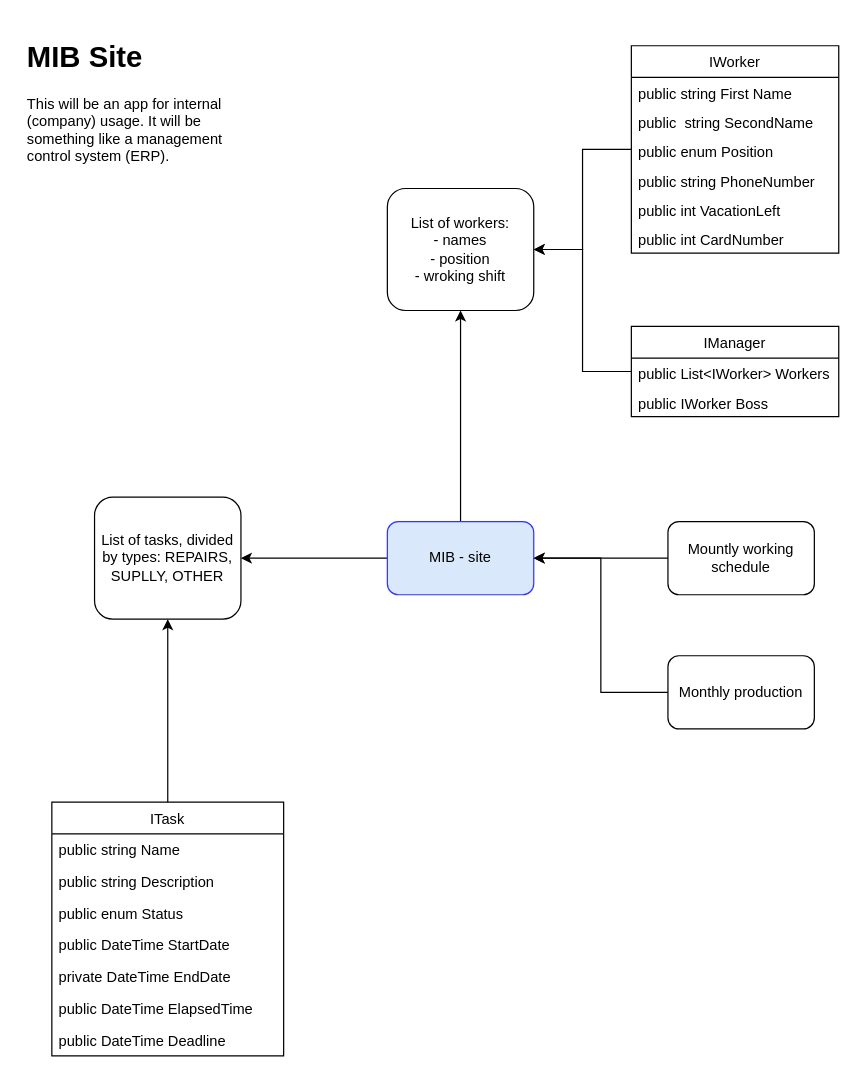
This is MIB-site-idea.drawio from todordiklich/MIB-Project, a draw.io file, before an edit. Source tidied: cells renumbered, new cells numbered last; positions are measured from the earlier drawing's top-left corner, leaving out a move shared by most shapes. Both pictures are drawn from the tidied source at 122%, with x=0, y=0 at pixel (21, 33).
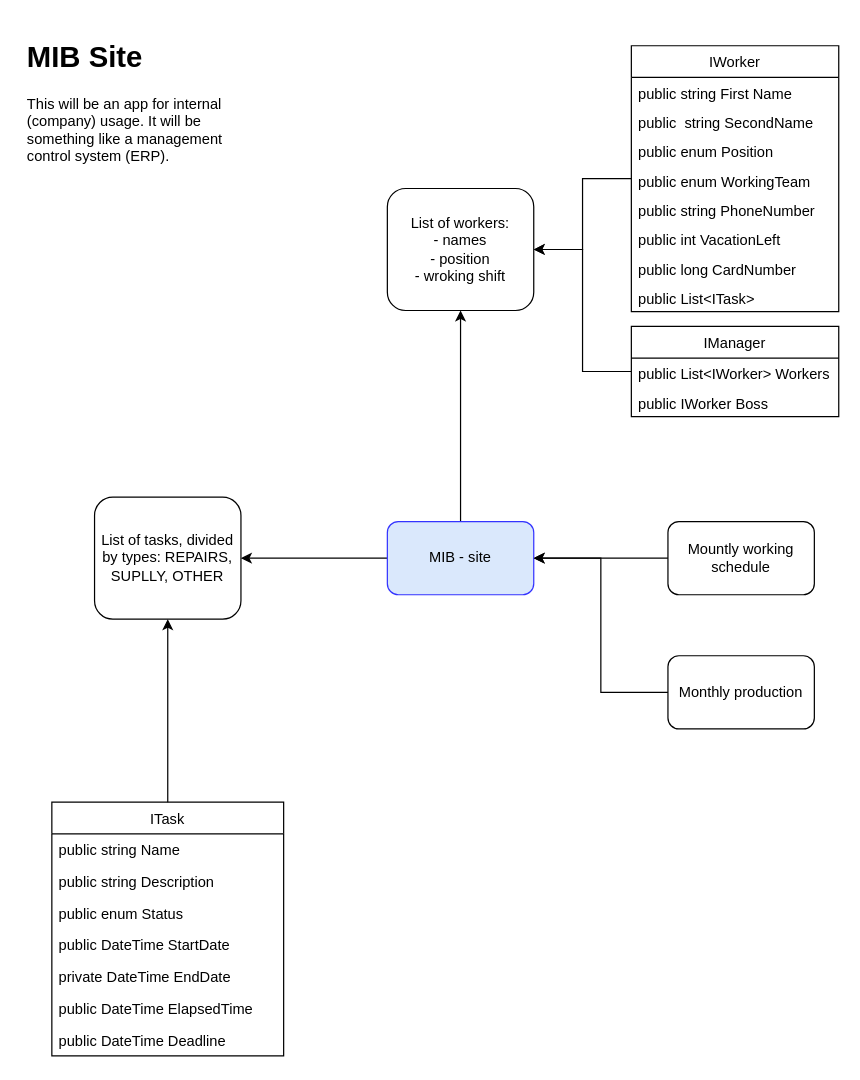
The same diagram, later.

Diff of the diagram source:
```diff
@@
     <mxCell id="10" value="IWorker" style="swimlane;fontStyle=0;horizontal=1;startSize=26;fillColor=none;strokeColor=#000000;" parent="1" vertex="1">
-      <mxGeometry x="500" y="10" width="170" height="170" as="geometry" />
+      <mxGeometry x="500" y="10" width="170" height="218" as="geometry" />
     </mxCell>
@@
+    <mxCell id="33" value="public enum WorkingTeam" style="text;strokeColor=none;fillColor=none;align=left;verticalAlign=top;spacingLeft=4;spacingRight=4;overflow=hidden;" parent="10" vertex="1">
+      <mxGeometry y="98" width="170" height="24" as="geometry" />
+    </mxCell>
     <mxCell id="14" value="public string PhoneNumber" style="text;strokeColor=none;fillColor=none;align=left;verticalAlign=top;spacingLeft=4;spacingRight=4;overflow=hidden;" parent="10" vertex="1">
-      <mxGeometry y="98" width="170" height="24" as="geometry" />
+      <mxGeometry y="122" width="170" height="24" as="geometry" />
     </mxCell>
     <mxCell id="15" value="public int VacationLeft" style="text;strokeColor=none;fillColor=none;align=left;verticalAlign=top;spacingLeft=4;spacingRight=4;overflow=hidden;" parent="10" vertex="1">
-      <mxGeometry y="122" width="170" height="24" as="geometry" />
+      <mxGeometry y="146" width="170" height="24" as="geometry" />
     </mxCell>
-    <mxCell id="16" value="public int CardNumber" style="text;strokeColor=none;fillColor=none;align=left;verticalAlign=top;spacingLeft=4;spacingRight=4;overflow=hidden;" parent="10" vertex="1">
-      <mxGeometry y="146" width="170" height="24" as="geometry" />
+    <mxCell id="16" value="public long CardNumber" style="text;strokeColor=none;fillColor=none;align=left;verticalAlign=top;spacingLeft=4;spacingRight=4;overflow=hidden;" parent="10" vertex="1">
+      <mxGeometry y="170" width="170" height="24" as="geometry" />
     </mxCell>
+    <mxCell id="34" value="public List&lt;ITask&gt;" style="text;strokeColor=none;fillColor=none;align=left;verticalAlign=top;spacingLeft=4;spacingRight=4;overflow=hidden;" parent="10" vertex="1">
+      <mxGeometry y="194" width="170" height="24" as="geometry" />
+    </mxCell>
```
